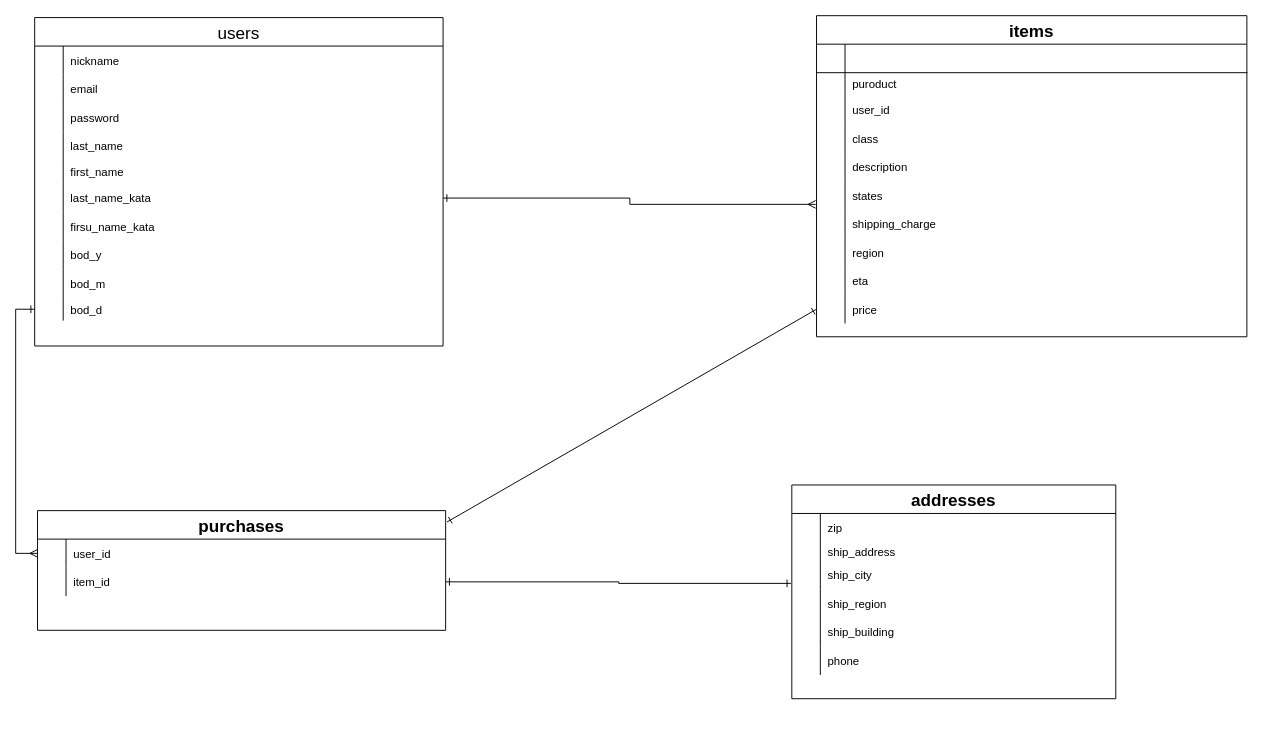
This is furima.dio from root-344/furima-33910, a draw.io file, before an edit. Source tidied: cells renumbered, new cells numbered last; positions are measured from the earlier drawing's top-left corner, leaving out a move shared by most shapes. Both pictures are drawn from the tidied source at 95%, with x=0, y=0 at pixel (34, 15).
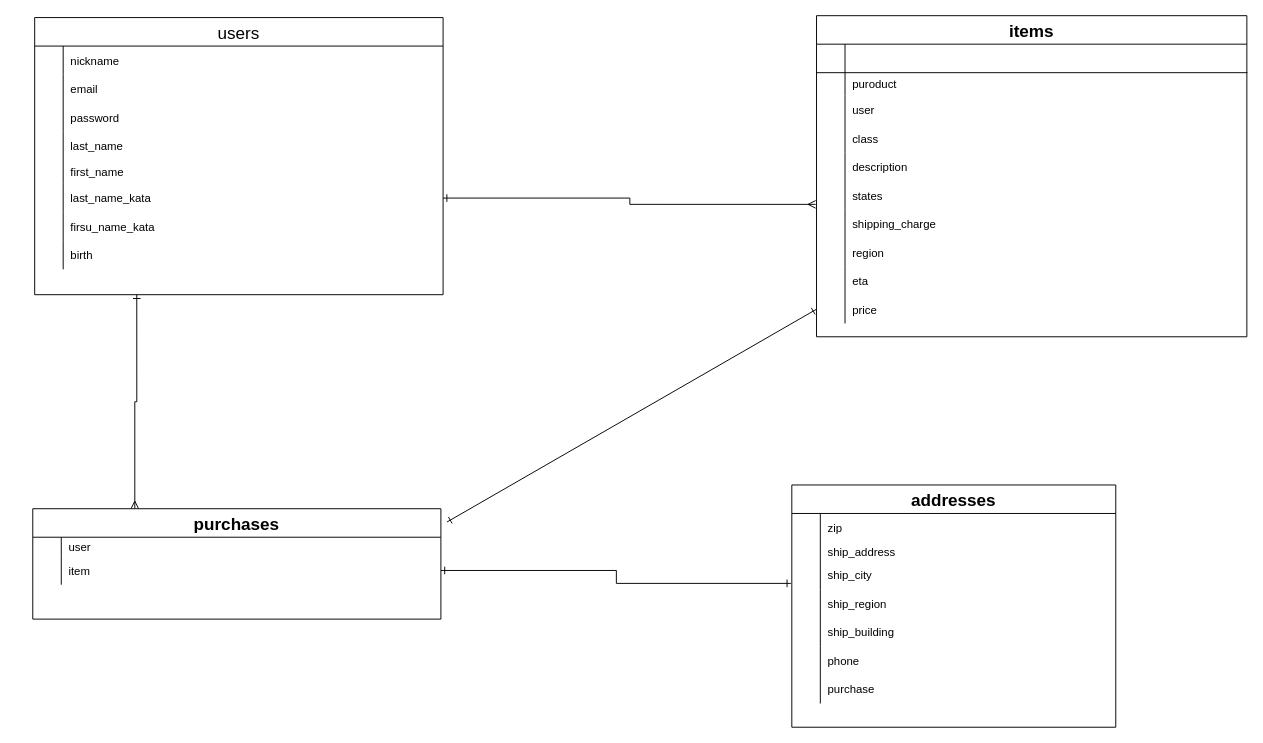
Above is the later version.

Commit message (it also covers changes not shown here):
誕生日名修正

The change refers to these unchanged cells:
```xml
<mxCell id="40" style="shape=partialRectangle;fillColor=none;top=0;left=0;bottom=0;right=0;" parent="33" vertex="1">
  <mxGeometry y="84" width="453" height="30" as="geometry" />
</mxCell>
```

The edit, as a diff of the source:
```diff
@@
+    <mxCell id="94" style="edgeStyle=orthogonalEdgeStyle;rounded=0;jettySize=auto;html=1;exitX=0.25;exitY=1;exitDx=0;exitDy=0;entryX=0.25;entryY=0;entryDx=0;entryDy=0;endArrow=ERmany;endFill=0;startArrow=ERone;startFill=0;" parent="1" edge="1" source="2" target="64">
+      <mxGeometry relative="1" as="geometry" />
+    </mxCell>
     <mxCell id="2" value="users" style="shape=table;startSize=30;childLayout=tableLayout;rowLines=0;fontStyle=0;align=center;fontSize=18;" parent="1" vertex="1">
-      <mxGeometry y="2" width="429.9" height="345.7" as="geometry" />
+      <mxGeometry y="2" width="429.9" height="291.7" as="geometry" />
     </mxCell>
@@
-    <mxCell id="24" style="shape=partialRectangle;fillColor=none;top=0;left=0;bottom=0;right=0;fontSize=18;align=center;" parent="2" vertex="1">
-      <mxGeometry y="235" width="429.9" height="30" as="geometry" />
-    </mxCell>
-    <mxCell id="25" style="shape=partialRectangle;fillColor=none;top=0;left=0;bottom=0;right=0;overflow=hidden;" parent="24" vertex="1">
-      <mxGeometry width="30" height="30" as="geometry" />
-    </mxCell>
-    <mxCell id="26" value="bod_y" style="shape=partialRectangle;fillColor=none;top=0;left=0;bottom=0;right=0;align=left;spacingLeft=6;overflow=hidden;" parent="24" vertex="1">
-      <mxGeometry x="30" width="399.9" height="30" as="geometry" />
-    </mxCell>
-    <mxCell id="27" style="shape=partialRectangle;fillColor=none;top=0;left=0;bottom=0;right=0;fontSize=18;align=center;" parent="2" vertex="1">
-      <mxGeometry y="265" width="429.9" height="30" as="geometry" />
-    </mxCell>
-    <mxCell id="28" style="shape=partialRectangle;fillColor=none;top=0;left=0;bottom=0;right=0;overflow=hidden;" parent="27" vertex="1">
-      <mxGeometry width="30" height="30" as="geometry" />
-    </mxCell>
-    <mxCell id="29" value="bod_m" style="shape=partialRectangle;fillColor=none;top=0;left=0;bottom=0;right=0;align=left;spacingLeft=6;overflow=hidden;" parent="27" vertex="1">
-      <mxGeometry x="30" width="399.9" height="30" as="geometry" />
-    </mxCell>
-    <mxCell id="30" style="shape=partialRectangle;fillColor=none;top=0;left=0;bottom=0;right=0;points=[[0,0.5],[1,0.5]];portConstraint=eastwest;fontSize=18;align=center;" parent="2" vertex="1">
-      <mxGeometry y="295" width="429.9" height="24" as="geometry" />
-    </mxCell>
-    <mxCell id="31" style="shape=partialRectangle;fillColor=none;top=0;left=0;bottom=0;right=0;overflow=hidden;" parent="30" vertex="1">
-      <mxGeometry width="30" height="24" as="geometry" />
-    </mxCell>
-    <mxCell id="32" value="bod_d" style="shape=partialRectangle;fillColor=none;top=0;left=0;bottom=0;right=0;align=left;spacingLeft=6;overflow=hidden;" parent="30" vertex="1">
-      <mxGeometry x="30" width="399.9" height="24" as="geometry" />
-    </mxCell>
+    <mxCell id="95" style="shape=partialRectangle;fillColor=none;top=0;left=0;bottom=0;right=0;points=[[0,0.5],[1,0.5]];portConstraint=eastwest;" parent="2" vertex="1">
+      <mxGeometry y="235" width="429.9" height="30" as="geometry" />
+    </mxCell>
+    <mxCell id="96" style="shape=partialRectangle;fillColor=none;top=0;left=0;bottom=0;right=0;overflow=hidden;" parent="95" vertex="1">
+      <mxGeometry width="30" height="30" as="geometry" />
+    </mxCell>
+    <mxCell id="97" value="birth" style="shape=partialRectangle;fillColor=none;top=0;left=0;bottom=0;right=0;align=left;spacingLeft=6;overflow=hidden;" parent="95" vertex="1">
+      <mxGeometry x="30" width="399.9" height="30" as="geometry" />
+    </mxCell>
@@
-    <mxCell id="42" value="user_id" style="shape=partialRectangle;fillColor=none;top=0;left=0;bottom=0;right=0;align=left;spacingLeft=6;overflow=hidden;" parent="40" vertex="1">
+    <mxCell id="42" value="user" style="shape=partialRectangle;fillColor=none;top=0;left=0;bottom=0;right=0;align=left;spacingLeft=6;overflow=hidden;" parent="40" vertex="1">
       <mxGeometry x="30" width="423" height="30" as="geometry" />
     </mxCell>
@@
     <mxCell id="64" value="purchases" style="shape=table;startSize=30;childLayout=tableLayout;rowLines=0;fontStyle=1;align=center;fontSize=18;" parent="1" vertex="1">
-      <mxGeometry x="3" y="521" width="429.6" height="126" as="geometry" />
+      <mxGeometry x="-2" y="519" width="429.6" height="116.2" as="geometry" />
     </mxCell>
     <mxCell id="65" style="shape=partialRectangle;fillColor=none;top=0;left=0;bottom=0;right=0;points=[[0,0.5],[1,0.5]];portConstraint=eastwest;" parent="64" vertex="1">
-      <mxGeometry y="30" width="429.6" height="30" as="geometry" />
+      <mxGeometry y="30" width="429.6" height="20" as="geometry" />
     </mxCell>
     <mxCell id="66" style="shape=partialRectangle;fillColor=none;top=0;left=0;bottom=0;right=0;overflow=hidden;" parent="65" vertex="1">
-      <mxGeometry width="30" height="30" as="geometry" />
+      <mxGeometry width="30" height="20" as="geometry" />
     </mxCell>
-    <mxCell id="67" value="user_id" style="shape=partialRectangle;fillColor=none;top=0;left=0;bottom=0;right=0;align=left;spacingLeft=6;overflow=hidden;" parent="65" vertex="1">
-      <mxGeometry x="30" width="399.6" height="30" as="geometry" />
+    <mxCell id="67" value="user" style="shape=partialRectangle;fillColor=none;top=0;left=0;bottom=0;right=0;align=left;spacingLeft=6;overflow=hidden;" parent="65" vertex="1">
+      <mxGeometry x="30" width="399.6" height="20" as="geometry" />
     </mxCell>
     <mxCell id="68" style="shape=partialRectangle;fillColor=none;top=0;left=0;bottom=0;right=0;points=[[0,0.5],[1,0.5]];portConstraint=eastwest;" parent="64" vertex="1">
-      <mxGeometry y="60" width="429.6" height="30" as="geometry" />
+      <mxGeometry y="50" width="429.6" height="30" as="geometry" />
     </mxCell>
@@
-    <mxCell id="70" value="item_id" style="shape=partialRectangle;fillColor=none;top=0;left=0;bottom=0;right=0;align=left;spacingLeft=6;overflow=hidden;" parent="68" vertex="1">
+    <mxCell id="70" value="item" style="shape=partialRectangle;fillColor=none;top=0;left=0;bottom=0;right=0;align=left;spacingLeft=6;overflow=hidden;" parent="68" vertex="1">
       <mxGeometry x="30" width="399.6" height="30" as="geometry" />
     </mxCell>
     <mxCell id="71" value="addresses" style="shape=table;startSize=30;childLayout=tableLayout;rowLines=0;fontStyle=1;align=center;fontSize=18;" parent="1" vertex="1">
-      <mxGeometry x="797" y="494" width="341" height="225" as="geometry" />
+      <mxGeometry x="797" y="494" width="341" height="255" as="geometry" />
     </mxCell>
@@
+    <mxCell id="98" style="shape=partialRectangle;fillColor=none;top=0;left=0;bottom=0;right=0;" parent="71" vertex="1">
+      <mxGeometry y="200" width="341" height="30" as="geometry" />
+    </mxCell>
+    <mxCell id="99" style="shape=partialRectangle;fillColor=none;top=0;left=0;bottom=0;right=0;overflow=hidden;" parent="98" vertex="1">
+      <mxGeometry width="30" height="30" as="geometry" />
+    </mxCell>
+    <mxCell id="100" value="purchase" style="shape=partialRectangle;fillColor=none;top=0;left=0;bottom=0;right=0;align=left;spacingLeft=6;overflow=hidden;" parent="98" vertex="1">
+      <mxGeometry x="30" width="311" height="30" as="geometry" />
+    </mxCell>
@@
-    <mxCell id="91" style="edgeStyle=orthogonalEdgeStyle;rounded=0;jettySize=auto;html=1;exitX=0;exitY=0.5;exitDx=0;exitDy=0;startArrow=ERone;startFill=0;endArrow=ERmany;endFill=0;fontSize=18;" parent="1" edge="1" source="30" target="65">
-      <mxGeometry relative="1" as="geometry" />
-    </mxCell>
@@
+    <mxCell id="101" style="edgeStyle=orthogonalEdgeStyle;rounded=0;jettySize=auto;html=1;exitX=0;exitY=0.5;exitDx=0;exitDy=0;" parent="1" edge="1" source="95">
+      <mxGeometry relative="1" as="geometry">
+        <mxPoint y="252" as="targetPoint" />
+      </mxGeometry>
+    </mxCell>
```
